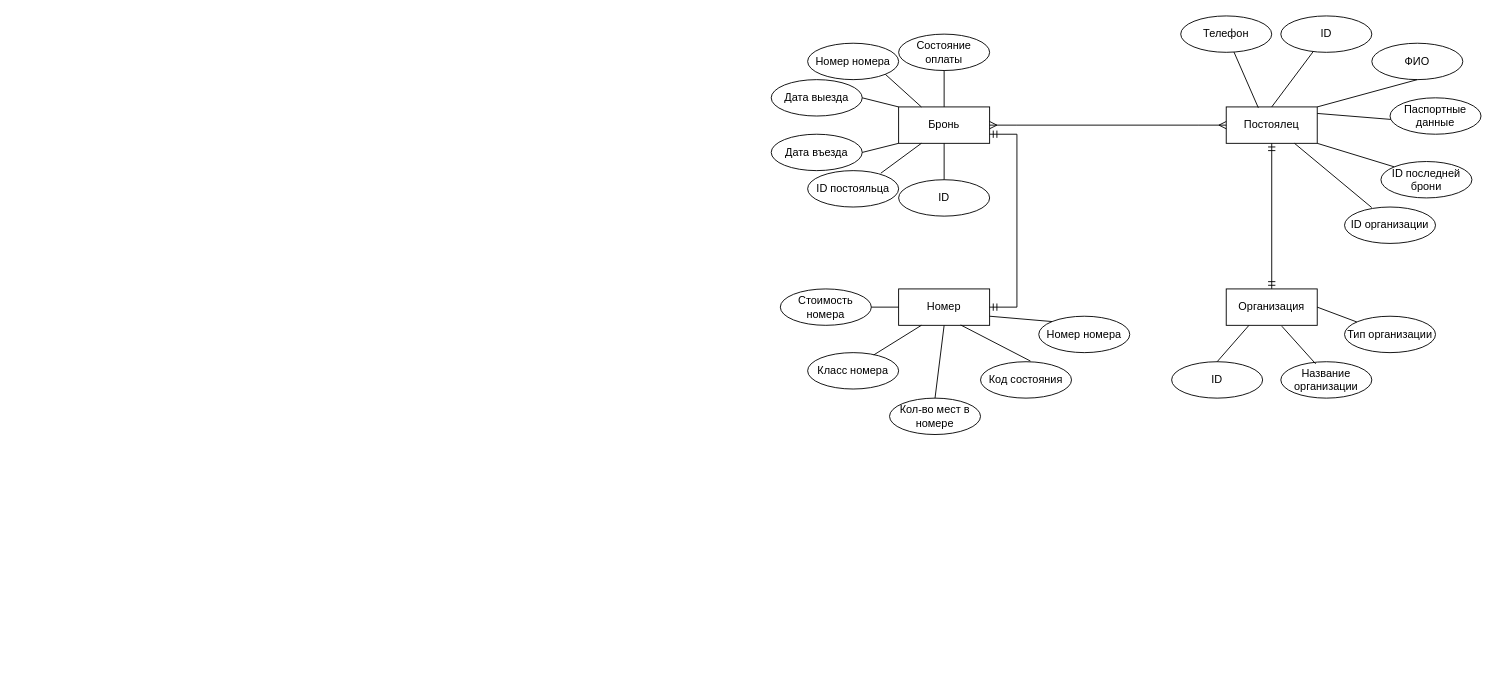
Haxersociety/DataBase_Hostel keeps this draw.io diagram as page "Диаграмма RU" (3 of 3) of Kostylev_Hostel.drawio. Above is the earlier version. Source tidied: cells renumbered, new cells numbered last; positions are measured from the earlier drawing's top-left corner, leaving out a move shared by most shapes. Both pictures are drawn from the tidied source at 91%, with x=0, y=0 at pixel (771, 15).
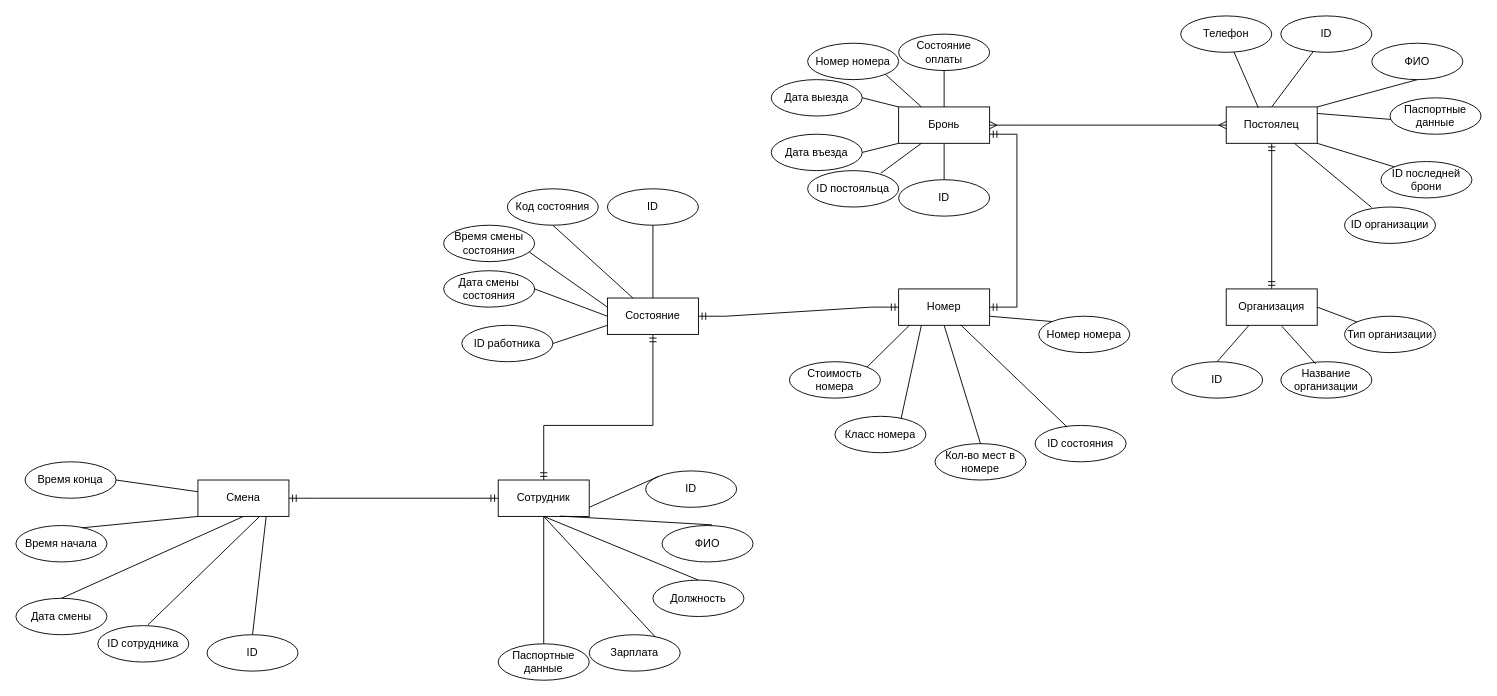
The same page after the edit.

The change refers to these unchanged cells:
```xml
<mxCell id="6" value="Номер" style="whiteSpace=wrap;html=1;align=center;" parent="1" vertex="1">
  <mxGeometry x="140" y="300" width="100" height="40" as="geometry" />
</mxCell>
```

Diff of the diagram source:
```diff
@@
     <mxCell id="33" value="Стоимость номера" style="ellipse;whiteSpace=wrap;html=1;align=center;strokeColor=default;" parent="1" vertex="1">
-      <mxGeometry x="10" y="300" width="100" height="40" as="geometry" />
+      <mxGeometry x="20" y="380" width="100" height="40" as="geometry" />
     </mxCell>
     <mxCell id="34" value="Класс номера" style="ellipse;whiteSpace=wrap;html=1;align=center;strokeColor=default;" parent="1" vertex="1">
-      <mxGeometry x="40" y="370" width="100" height="40" as="geometry" />
+      <mxGeometry x="70" y="440" width="100" height="40" as="geometry" />
     </mxCell>
-    <mxCell id="35" value="Код состояния" style="ellipse;whiteSpace=wrap;html=1;align=center;strokeColor=default;" parent="1" vertex="1">
-      <mxGeometry x="230" y="380" width="100" height="40" as="geometry" />
+    <mxCell id="35" value="ID состояния" style="ellipse;whiteSpace=wrap;html=1;align=center;strokeColor=default;" parent="1" vertex="1">
+      <mxGeometry x="290" y="450" width="100" height="40" as="geometry" />
     </mxCell>
@@
-    <mxCell id="38" style="endArrow=none;html=1;rounded=0;exitX=1;exitY=0.5;exitDx=0;exitDy=0;" parent="1" edge="1" source="33" target="6">
+    <mxCell id="38" style="endArrow=none;html=1;rounded=0;exitX=1;exitY=0;exitDx=0;exitDy=0;entryX=0.118;entryY=1;entryDx=0;entryDy=0;entryPerimeter=0;" parent="1" edge="1" source="33" target="6">
       <mxGeometry relative="1" as="geometry" />
     </mxCell>
@@
-    <mxCell id="40" style="endArrow=none;html=1;rounded=0;exitX=0.549;exitY=-0.018;exitDx=0;exitDy=0;exitPerimeter=0;entryX=0.682;entryY=0.99;entryDx=0;entryDy=0;entryPerimeter=0;" parent="1" edge="1" source="35" target="6">
+    <mxCell id="40" style="endArrow=none;html=1;rounded=0;exitX=0.347;exitY=0.032;exitDx=0;exitDy=0;exitPerimeter=0;entryX=0.682;entryY=0.99;entryDx=0;entryDy=0;entryPerimeter=0;" parent="1" edge="1" source="35" target="6">
       <mxGeometry relative="1" as="geometry" />
     </mxCell>
@@
     <mxCell id="47" value="Кол-во мест в номере" style="ellipse;whiteSpace=wrap;html=1;align=center;strokeColor=default;" parent="1" vertex="1">
-      <mxGeometry x="130" y="420" width="100" height="40" as="geometry" />
+      <mxGeometry x="180" y="470" width="100" height="40" as="geometry" />
     </mxCell>
@@
+    <mxCell id="49" style="edgeStyle=orthogonalEdgeStyle;rounded=0;jettySize=auto;html=1;entryX=0.5;entryY=1;entryDx=0;entryDy=0;startArrow=ERmandOne;startFill=0;endArrow=ERmandOne;endFill=0;" parent="1" edge="1" source="50" target="73">
+      <mxGeometry relative="1" as="geometry">
+        <Array as="points">
+          <mxPoint x="-250" y="450" />
+          <mxPoint x="-130" y="450" />
+        </Array>
+      </mxGeometry>
+    </mxCell>
+    <mxCell id="50" value="Сотрудник" style="whiteSpace=wrap;html=1;align=center;" parent="1" vertex="1">
+      <mxGeometry x="-300" y="510" width="100" height="40" as="geometry" />
+    </mxCell>
+    <mxCell id="51" value="Паспортные данные" style="ellipse;whiteSpace=wrap;html=1;align=center;strokeColor=default;" parent="1" vertex="1">
+      <mxGeometry x="-300" y="690" width="100" height="40" as="geometry" />
+    </mxCell>
+    <mxCell id="52" value="Зарплата" style="ellipse;whiteSpace=wrap;html=1;align=center;strokeColor=default;" parent="1" vertex="1">
+      <mxGeometry x="-200" y="680" width="100" height="40" as="geometry" />
+    </mxCell>
+    <mxCell id="53" value="ФИО" style="ellipse;whiteSpace=wrap;html=1;align=center;strokeColor=default;" parent="1" vertex="1">
+      <mxGeometry x="-120" y="560" width="100" height="40" as="geometry" />
+    </mxCell>
+    <mxCell id="54" value="ID" style="ellipse;whiteSpace=wrap;html=1;align=center;strokeColor=default;" parent="1" vertex="1">
+      <mxGeometry x="-138" y="500" width="100" height="40" as="geometry" />
+    </mxCell>
+    <mxCell id="55" style="endArrow=none;html=1;rounded=0;exitX=0;exitY=0;exitDx=0;exitDy=0;entryX=1;entryY=0.75;entryDx=0;entryDy=0;" parent="1" edge="1" source="54" target="50">
+      <mxGeometry relative="1" as="geometry" />
+    </mxCell>
+    <mxCell id="56" style="endArrow=none;html=1;rounded=0;exitX=0.5;exitY=0;exitDx=0;exitDy=0;" parent="1" edge="1" source="51" target="50">
+      <mxGeometry relative="1" as="geometry" />
+    </mxCell>
+    <mxCell id="57" style="endArrow=none;html=1;rounded=0;exitX=0.727;exitY=0.063;exitDx=0;exitDy=0;exitPerimeter=0;entryX=0.5;entryY=1;entryDx=0;entryDy=0;" parent="1" edge="1" source="52" target="50">
+      <mxGeometry relative="1" as="geometry" />
+    </mxCell>
+    <mxCell id="58" style="endArrow=none;html=1;rounded=0;exitX=0.549;exitY=-0.018;exitDx=0;exitDy=0;exitPerimeter=0;entryX=0.682;entryY=0.99;entryDx=0;entryDy=0;entryPerimeter=0;" parent="1" edge="1" source="53" target="50">
+      <mxGeometry relative="1" as="geometry" />
+    </mxCell>
+    <mxCell id="59" value="Должность" style="ellipse;whiteSpace=wrap;html=1;align=center;strokeColor=default;" parent="1" vertex="1">
+      <mxGeometry x="-130" y="620" width="100" height="40" as="geometry" />
+    </mxCell>
+    <mxCell id="60" style="endArrow=none;html=1;rounded=0;exitX=0.5;exitY=1;exitDx=0;exitDy=0;entryX=0.5;entryY=0;entryDx=0;entryDy=0;" parent="1" edge="1" source="50" target="59">
+      <mxGeometry relative="1" as="geometry" />
+    </mxCell>
+    <mxCell id="61" value="Смена" style="whiteSpace=wrap;html=1;align=center;" parent="1" vertex="1">
+      <mxGeometry x="-630" y="510" width="100" height="40" as="geometry" />
+    </mxCell>
+    <mxCell id="62" value="Время конца" style="ellipse;whiteSpace=wrap;html=1;align=center;strokeColor=default;" parent="1" vertex="1">
+      <mxGeometry x="-820" y="490" width="100" height="40" as="geometry" />
+    </mxCell>
+    <mxCell id="63" value="Время начала" style="ellipse;whiteSpace=wrap;html=1;align=center;strokeColor=default;" parent="1" vertex="1">
+      <mxGeometry x="-830" y="560" width="100" height="40" as="geometry" />
+    </mxCell>
+    <mxCell id="64" value="ID сотрудника" style="ellipse;whiteSpace=wrap;html=1;align=center;strokeColor=default;" parent="1" vertex="1">
+      <mxGeometry x="-740" y="670" width="100" height="40" as="geometry" />
+    </mxCell>
+    <mxCell id="65" value="ID" style="ellipse;whiteSpace=wrap;html=1;align=center;strokeColor=default;" parent="1" vertex="1">
+      <mxGeometry x="-620" y="680" width="100" height="40" as="geometry" />
+    </mxCell>
+    <mxCell id="66" style="endArrow=none;html=1;rounded=0;exitX=0.5;exitY=0;exitDx=0;exitDy=0;entryX=0.75;entryY=1;entryDx=0;entryDy=0;" parent="1" edge="1" source="65" target="61">
+      <mxGeometry relative="1" as="geometry" />
+    </mxCell>
+    <mxCell id="67" style="endArrow=none;html=1;rounded=0;exitX=1;exitY=0.5;exitDx=0;exitDy=0;" parent="1" edge="1" source="62" target="61">
+      <mxGeometry relative="1" as="geometry" />
+    </mxCell>
+    <mxCell id="68" style="endArrow=none;html=1;rounded=0;exitX=0.727;exitY=0.063;exitDx=0;exitDy=0;exitPerimeter=0;entryX=0;entryY=1;entryDx=0;entryDy=0;" parent="1" edge="1" source="63" target="61">
+      <mxGeometry relative="1" as="geometry" />
+    </mxCell>
+    <mxCell id="69" style="endArrow=none;html=1;rounded=0;exitX=0.549;exitY=-0.018;exitDx=0;exitDy=0;exitPerimeter=0;entryX=0.682;entryY=0.99;entryDx=0;entryDy=0;entryPerimeter=0;" parent="1" edge="1" source="64" target="61">
+      <mxGeometry relative="1" as="geometry" />
+    </mxCell>
+    <mxCell id="70" value="Дата смены" style="ellipse;whiteSpace=wrap;html=1;align=center;strokeColor=default;" parent="1" vertex="1">
+      <mxGeometry x="-830" y="640" width="100" height="40" as="geometry" />
+    </mxCell>
+    <mxCell id="71" style="endArrow=none;html=1;rounded=0;exitX=0.5;exitY=1;exitDx=0;exitDy=0;entryX=0.5;entryY=0;entryDx=0;entryDy=0;" parent="1" edge="1" source="61" target="70">
+      <mxGeometry relative="1" as="geometry" />
+    </mxCell>
+    <mxCell id="72" style="edgeStyle=entityRelationEdgeStyle;fontSize=12;html=1;endArrow=ERmandOne;startArrow=ERmandOne;rounded=0;exitX=1;exitY=0.5;exitDx=0;exitDy=0;entryX=0;entryY=0.5;entryDx=0;entryDy=0;" parent="1" edge="1" source="61" target="50">
+      <mxGeometry relative="1" as="geometry" />
+    </mxCell>
+    <mxCell id="73" value="Состояние" style="whiteSpace=wrap;html=1;align=center;" parent="1" vertex="1">
+      <mxGeometry x="-180" y="310" width="100" height="40" as="geometry" />
+    </mxCell>
+    <mxCell id="74" value="ID" style="ellipse;whiteSpace=wrap;html=1;align=center;" parent="1" vertex="1">
+      <mxGeometry x="-180" y="190" width="100" height="40" as="geometry" />
+    </mxCell>
+    <mxCell id="75" value="Код состояния" style="ellipse;whiteSpace=wrap;html=1;align=center;" parent="1" vertex="1">
+      <mxGeometry x="-290" y="190" width="100" height="40" as="geometry" />
+    </mxCell>
+    <mxCell id="76" value="Время смены состояния" style="ellipse;whiteSpace=wrap;html=1;align=center;" parent="1" vertex="1">
+      <mxGeometry x="-360" y="230" width="100" height="40" as="geometry" />
+    </mxCell>
+    <mxCell id="77" value="Дата смены состояния" style="ellipse;whiteSpace=wrap;html=1;align=center;" parent="1" vertex="1">
+      <mxGeometry x="-360" y="280" width="100" height="40" as="geometry" />
+    </mxCell>
+    <mxCell id="78" value="ID работника" style="ellipse;whiteSpace=wrap;html=1;align=center;" parent="1" vertex="1">
+      <mxGeometry x="-340" y="340" width="100" height="40" as="geometry" />
+    </mxCell>
+    <mxCell id="79" style="edgeStyle=entityRelationEdgeStyle;fontSize=12;html=1;endArrow=ERmandOne;startArrow=ERmandOne;rounded=0;exitX=1;exitY=0.5;exitDx=0;exitDy=0;entryX=0;entryY=0.5;entryDx=0;entryDy=0;" parent="1" edge="1" source="73" target="6">
+      <mxGeometry relative="1" as="geometry" />
+    </mxCell>
+    <mxCell id="80" style="endArrow=none;html=1;rounded=0;exitX=0.5;exitY=1;exitDx=0;exitDy=0;entryX=0.5;entryY=0;entryDx=0;entryDy=0;" parent="1" edge="1" source="74" target="73">
+      <mxGeometry relative="1" as="geometry" />
+    </mxCell>
+    <mxCell id="81" style="endArrow=none;html=1;rounded=0;exitX=0.942;exitY=0.738;exitDx=0;exitDy=0;entryX=0;entryY=0.25;entryDx=0;entryDy=0;exitPerimeter=0;" parent="1" edge="1" source="76" target="73">
+      <mxGeometry relative="1" as="geometry" />
+    </mxCell>
+    <mxCell id="82" style="endArrow=none;html=1;rounded=0;exitX=0.5;exitY=1;exitDx=0;exitDy=0;" parent="1" edge="1" target="73">
+      <mxGeometry relative="1" as="geometry">
+        <mxPoint x="-240" y="230" as="sourcePoint" />
+      </mxGeometry>
+    </mxCell>
+    <mxCell id="83" style="endArrow=none;html=1;rounded=0;entryX=0;entryY=0.5;entryDx=0;entryDy=0;" parent="1" edge="1" target="73">
+      <mxGeometry relative="1" as="geometry">
+        <mxPoint x="-260" y="300" as="sourcePoint" />
+      </mxGeometry>
+    </mxCell>
+    <mxCell id="84" style="endArrow=none;html=1;rounded=0;entryX=0;entryY=0.75;entryDx=0;entryDy=0;" parent="1" edge="1" target="73">
+      <mxGeometry relative="1" as="geometry">
+        <mxPoint x="-240" y="360" as="sourcePoint" />
+      </mxGeometry>
+    </mxCell>
```
